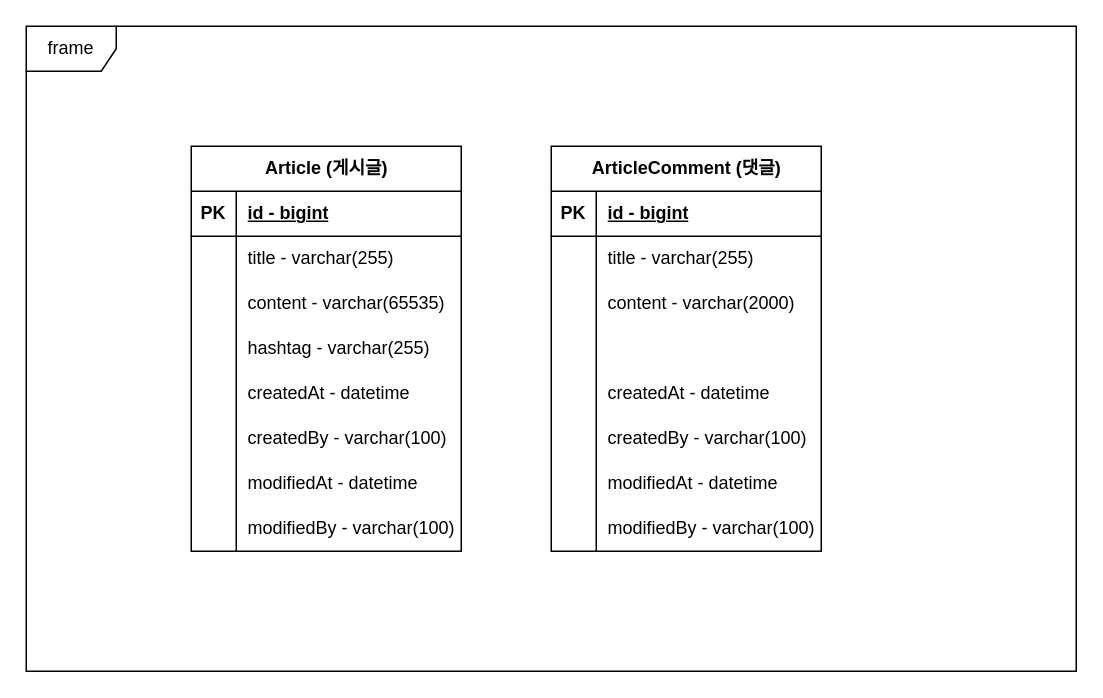
SangBeom-Hahn/Mini_Project keeps this draw.io diagram as fastcampus-project-board/document/domain.drawio. Above is the earlier version. Source tidied: cells renumbered, new cells numbered last; positions are measured from the earlier drawing's top-left corner, leaving out a move shared by most shapes. Both pictures are drawn from the tidied source at 150%, with x=0, y=0 at pixel (26, 26).
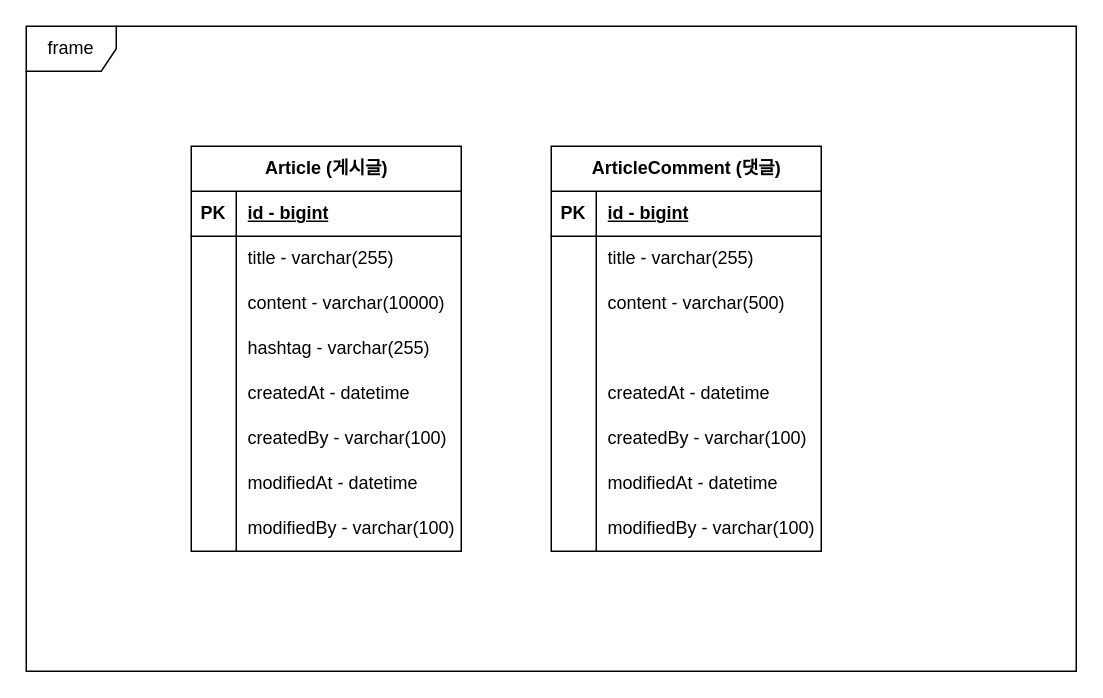
After the change.

Commit message:
domain 문자열 사이즈 축소 #11

Unchanged cells that the change refers to:
```xml
<mxCell id="10" style="shape=tableRow;horizontal=0;startSize=0;swimlaneHead=0;swimlaneBody=0;fillColor=none;top=0;left=0;right=0;bottom=0;" parent="3" vertex="1">
  <mxGeometry y="90" width="180" height="30" as="geometry" />
</mxCell>
<mxCell id="35" style="shape=tableRow;horizontal=0;startSize=0;swimlaneHead=0;swimlaneBody=0;fillColor=none;top=0;left=0;right=0;bottom=0;" parent="28" vertex="1">
  <mxGeometry y="90" width="180" height="30" as="geometry" />
</mxCell>
```

The edit, as a diff of the source:
```diff
@@
-    <mxCell id="12" value="content - varchar(65535)" style="shape=partialRectangle;fillColor=none;top=0;left=0;bottom=0;right=0;align=left;spacingLeft=6;overflow=hidden;whiteSpace=wrap;html=1;" parent="10" vertex="1">
+    <mxCell id="12" value="content - varchar(10000)" style="shape=partialRectangle;fillColor=none;top=0;left=0;bottom=0;right=0;align=left;spacingLeft=6;overflow=hidden;whiteSpace=wrap;html=1;" parent="10" vertex="1">
       <mxGeometry x="30" width="150" height="30" as="geometry" />
     </mxCell>
@@
-    <mxCell id="37" value="content - varchar(2000)" style="shape=partialRectangle;fillColor=none;top=0;left=0;bottom=0;right=0;align=left;spacingLeft=6;overflow=hidden;whiteSpace=wrap;html=1;" parent="35" vertex="1">
+    <mxCell id="37" value="content - varchar(500)" style="shape=partialRectangle;fillColor=none;top=0;left=0;bottom=0;right=0;align=left;spacingLeft=6;overflow=hidden;whiteSpace=wrap;html=1;" parent="35" vertex="1">
       <mxGeometry x="30" width="150" height="30" as="geometry" />
     </mxCell>
```
